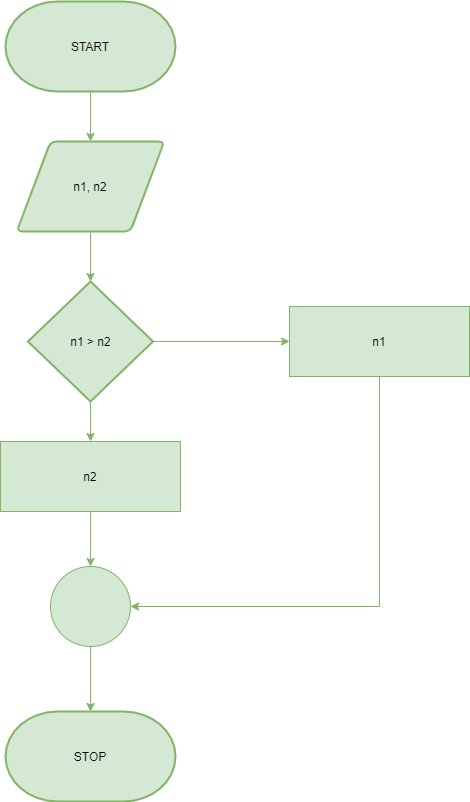
This is Untitled Diagram.png from sctnightcore/draw_io_for_me, a draw.io export, as it was before one commit. Source tidied: cells renumbered, new cells last; positions are measured from the earlier drawing's top-left corner, leaving out a move shared by most shapes. The source it was exported from:
```xml
<mxGraphModel>
  <root>
    <mxCell id="0" />
    <mxCell id="1" parent="0" />
    <mxCell id="2" style="edgeStyle=orthogonalEdgeStyle;rounded=0;jettySize=auto;html=1;exitX=0.5;exitY=1;exitDx=0;exitDy=0;exitPerimeter=0;entryX=0.5;entryY=0;entryDx=0;entryDy=0;fillColor=#d5e8d4;strokeColor=#82b366;" parent="1" edge="1" source="3" target="6">
      <mxGeometry relative="1" as="geometry" />
    </mxCell>
    <mxCell id="3" value="START" style="strokeWidth=2;html=1;shape=mxgraph.flowchart.terminator;whiteSpace=wrap;fillColor=#d5e8d4;strokeColor=#82b366;" parent="1" vertex="1">
      <mxGeometry x="5" width="170" height="90" as="geometry" />
    </mxCell>
    <mxCell id="4" value="STOP" style="strokeWidth=2;html=1;shape=mxgraph.flowchart.terminator;whiteSpace=wrap;fillColor=#d5e8d4;strokeColor=#82b366;" parent="1" vertex="1">
      <mxGeometry x="5" y="710" width="170" height="90" as="geometry" />
    </mxCell>
    <mxCell id="5" style="edgeStyle=orthogonalEdgeStyle;rounded=0;jettySize=auto;html=1;exitX=0.5;exitY=1;exitDx=0;exitDy=0;entryX=0.5;entryY=0;entryDx=0;entryDy=0;entryPerimeter=0;fillColor=#d5e8d4;strokeColor=#82b366;" parent="1" edge="1" source="6" target="9">
      <mxGeometry relative="1" as="geometry" />
    </mxCell>
    <mxCell id="6" value="n1, n2" style="shape=parallelogram;html=1;strokeWidth=2;perimeter=parallelogramPerimeter;whiteSpace=wrap;rounded=1;arcSize=12;size=0.23;fillColor=#d5e8d4;strokeColor=#82b366;" parent="1" vertex="1">
      <mxGeometry x="16.2" y="140" width="147.5" height="90" as="geometry" />
    </mxCell>
    <mxCell id="7" style="edgeStyle=orthogonalEdgeStyle;rounded=0;jettySize=auto;html=1;exitX=1;exitY=0.5;exitDx=0;exitDy=0;exitPerimeter=0;entryX=0;entryY=0.5;entryDx=0;entryDy=0;fillColor=#d5e8d4;strokeColor=#82b366;" parent="1" edge="1" source="9" target="11">
      <mxGeometry relative="1" as="geometry" />
    </mxCell>
    <mxCell id="8" style="edgeStyle=orthogonalEdgeStyle;rounded=0;jettySize=auto;html=1;exitX=0.5;exitY=1;exitDx=0;exitDy=0;exitPerimeter=0;entryX=0.5;entryY=0;entryDx=0;entryDy=0;fillColor=#d5e8d4;strokeColor=#82b366;" parent="1" edge="1" source="9" target="13">
      <mxGeometry relative="1" as="geometry" />
    </mxCell>
    <mxCell id="9" value="n1 &amp;gt; n2" style="strokeWidth=2;html=1;shape=mxgraph.flowchart.decision;whiteSpace=wrap;fillColor=#d5e8d4;strokeColor=#82b366;" parent="1" vertex="1">
      <mxGeometry x="27.5" y="280" width="125" height="120" as="geometry" />
    </mxCell>
    <mxCell id="10" style="edgeStyle=orthogonalEdgeStyle;rounded=0;jettySize=auto;html=1;exitX=0.5;exitY=1;exitDx=0;exitDy=0;entryX=1;entryY=0.5;entryDx=0;entryDy=0;fillColor=#d5e8d4;strokeColor=#82b366;" parent="1" edge="1" source="11" target="15">
      <mxGeometry relative="1" as="geometry" />
    </mxCell>
    <mxCell id="11" value="n1" style="rounded=0;whiteSpace=wrap;html=1;fillColor=#d5e8d4;strokeColor=#82b366;" parent="1" vertex="1">
      <mxGeometry x="289" y="305" width="180" height="70" as="geometry" />
    </mxCell>
    <mxCell id="12" style="edgeStyle=orthogonalEdgeStyle;rounded=0;jettySize=auto;html=1;exitX=0.5;exitY=1;exitDx=0;exitDy=0;entryX=0.5;entryY=0;entryDx=0;entryDy=0;fillColor=#d5e8d4;strokeColor=#82b366;" parent="1" edge="1" source="13" target="15">
      <mxGeometry relative="1" as="geometry" />
    </mxCell>
    <mxCell id="13" value="n2" style="rounded=0;whiteSpace=wrap;html=1;fillColor=#d5e8d4;strokeColor=#82b366;" parent="1" vertex="1">
      <mxGeometry y="440" width="180" height="70" as="geometry" />
    </mxCell>
    <mxCell id="14" style="edgeStyle=orthogonalEdgeStyle;rounded=0;jettySize=auto;html=1;exitX=0.5;exitY=1;exitDx=0;exitDy=0;fillColor=#d5e8d4;strokeColor=#82b366;" parent="1" edge="1" source="15" target="4">
      <mxGeometry relative="1" as="geometry" />
    </mxCell>
    <mxCell id="15" style="ellipse;whiteSpace=wrap;html=1;fillColor=#d5e8d4;strokeColor=#82b366;" parent="1" vertex="1">
      <mxGeometry x="50" y="565" width="80" height="80" as="geometry" />
    </mxCell>
  </root>
</mxGraphModel>
```
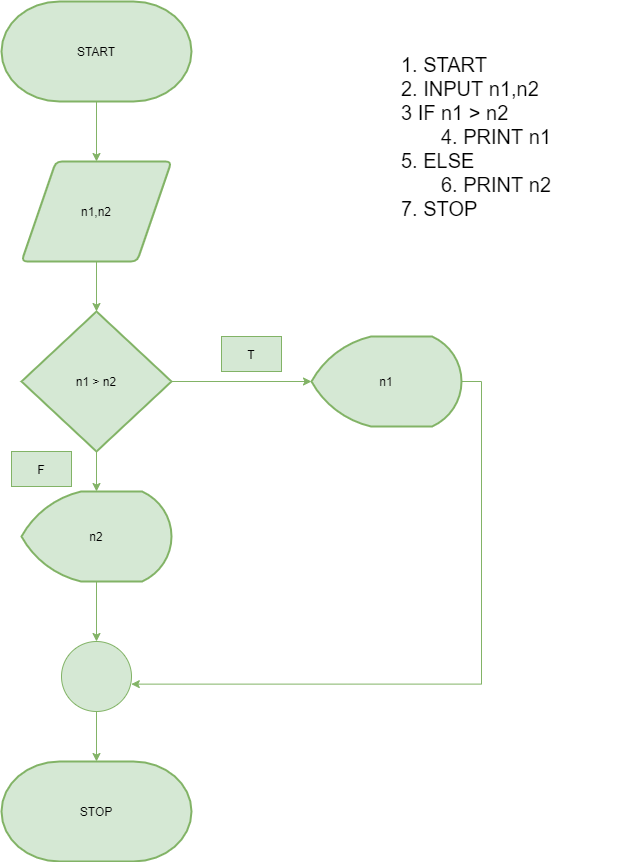
After the commit.

The edit, as a diff of the source:
```diff
@@ -2,47 +2,56 @@
   <root>
     <mxCell id="0" />
     <mxCell id="1" parent="0" />
-    <mxCell id="2" style="edgeStyle=orthogonalEdgeStyle;rounded=0;jettySize=auto;html=1;exitX=0.5;exitY=1;exitDx=0;exitDy=0;exitPerimeter=0;entryX=0.5;entryY=0;entryDx=0;entryDy=0;fillColor=#d5e8d4;strokeColor=#82b366;" parent="1" edge="1" source="3" target="6">
-      <mxGeometry relative="1" as="geometry" />
-    </mxCell>
+    <mxCell id="16" style="edgeStyle=orthogonalEdgeStyle;rounded=0;jettySize=auto;html=1;exitX=0.5;exitY=1;exitDx=0;exitDy=0;exitPerimeter=0;entryX=0.5;entryY=0;entryDx=0;entryDy=0;fillColor=#d5e8d4;strokeColor=#82b366;" parent="1" edge="1" source="3" target="18">
+      <mxGeometry relative="1" as="geometry" />
+    </mxCell>
     <mxCell id="3" value="START" style="strokeWidth=2;html=1;shape=mxgraph.flowchart.terminator;whiteSpace=wrap;fillColor=#d5e8d4;strokeColor=#82b366;" parent="1" vertex="1">
-      <mxGeometry x="5" width="170" height="90" as="geometry" />
+      <mxGeometry x="-135" y="-10" width="190" height="100" as="geometry" />
     </mxCell>
     <mxCell id="4" value="STOP" style="strokeWidth=2;html=1;shape=mxgraph.flowchart.terminator;whiteSpace=wrap;fillColor=#d5e8d4;strokeColor=#82b366;" parent="1" vertex="1">
-      <mxGeometry x="5" y="710" width="170" height="90" as="geometry" />
+      <mxGeometry x="-135" y="750" width="190" height="100" as="geometry" />
     </mxCell>
-    <mxCell id="5" style="edgeStyle=orthogonalEdgeStyle;rounded=0;jettySize=auto;html=1;exitX=0.5;exitY=1;exitDx=0;exitDy=0;entryX=0.5;entryY=0;entryDx=0;entryDy=0;entryPerimeter=0;fillColor=#d5e8d4;strokeColor=#82b366;" parent="1" edge="1" source="6" target="9">
-      <mxGeometry relative="1" as="geometry" />
-    </mxCell>
-    <mxCell id="6" value="n1, n2" style="shape=parallelogram;html=1;strokeWidth=2;perimeter=parallelogramPerimeter;whiteSpace=wrap;rounded=1;arcSize=12;size=0.23;fillColor=#d5e8d4;strokeColor=#82b366;" parent="1" vertex="1">
-      <mxGeometry x="16.2" y="140" width="147.5" height="90" as="geometry" />
-    </mxCell>
-    <mxCell id="7" style="edgeStyle=orthogonalEdgeStyle;rounded=0;jettySize=auto;html=1;exitX=1;exitY=0.5;exitDx=0;exitDy=0;exitPerimeter=0;entryX=0;entryY=0.5;entryDx=0;entryDy=0;fillColor=#d5e8d4;strokeColor=#82b366;" parent="1" edge="1" source="9" target="11">
-      <mxGeometry relative="1" as="geometry" />
-    </mxCell>
+    <mxCell id="17" style="edgeStyle=orthogonalEdgeStyle;rounded=0;jettySize=auto;html=1;exitX=0.5;exitY=1;exitDx=0;exitDy=0;entryX=0.5;entryY=0;entryDx=0;entryDy=0;entryPerimeter=0;fillColor=#d5e8d4;strokeColor=#82b366;" parent="1" edge="1" source="18" target="9">
+      <mxGeometry relative="1" as="geometry" />
+    </mxCell>
+    <mxCell id="18" value="n1,n2" style="shape=parallelogram;html=1;strokeWidth=2;perimeter=parallelogramPerimeter;whiteSpace=wrap;rounded=1;arcSize=12;size=0.23;fillColor=#d5e8d4;strokeColor=#82b366;" parent="1" vertex="1">
+      <mxGeometry x="-115" y="150" width="150" height="100" as="geometry" />
+    </mxCell>
-    <mxCell id="8" style="edgeStyle=orthogonalEdgeStyle;rounded=0;jettySize=auto;html=1;exitX=0.5;exitY=1;exitDx=0;exitDy=0;exitPerimeter=0;entryX=0.5;entryY=0;entryDx=0;entryDy=0;fillColor=#d5e8d4;strokeColor=#82b366;" parent="1" edge="1" source="9" target="13">
+    <mxCell id="8" style="edgeStyle=orthogonalEdgeStyle;rounded=0;jettySize=auto;html=1;exitX=0.5;exitY=1;exitDx=0;exitDy=0;exitPerimeter=0;entryX=0.5;entryY=0;entryDx=0;entryDy=0;entryPerimeter=0;fillColor=#d5e8d4;strokeColor=#82b366;" parent="1" edge="1" source="9" target="13">
       <mxGeometry relative="1" as="geometry" />
     </mxCell>
+    <mxCell id="19" style="edgeStyle=orthogonalEdgeStyle;rounded=0;jettySize=auto;html=1;exitX=1;exitY=0.5;exitDx=0;exitDy=0;exitPerimeter=0;entryX=0;entryY=0.5;entryDx=0;entryDy=0;entryPerimeter=0;fillColor=#d5e8d4;strokeColor=#82b366;" parent="1" edge="1" source="9" target="21">
+      <mxGeometry relative="1" as="geometry" />
+    </mxCell>
     <mxCell id="9" value="n1 &amp;gt; n2" style="strokeWidth=2;html=1;shape=mxgraph.flowchart.decision;whiteSpace=wrap;fillColor=#d5e8d4;strokeColor=#82b366;" parent="1" vertex="1">
-      <mxGeometry x="27.5" y="280" width="125" height="120" as="geometry" />
+      <mxGeometry x="-115" y="300" width="150" height="140" as="geometry" />
     </mxCell>
-    <mxCell id="10" style="edgeStyle=orthogonalEdgeStyle;rounded=0;jettySize=auto;html=1;exitX=0.5;exitY=1;exitDx=0;exitDy=0;entryX=1;entryY=0.5;entryDx=0;entryDy=0;fillColor=#d5e8d4;strokeColor=#82b366;" parent="1" edge="1" source="11" target="15">
-      <mxGeometry relative="1" as="geometry" />
-    </mxCell>
-    <mxCell id="11" value="n1" style="rounded=0;whiteSpace=wrap;html=1;fillColor=#d5e8d4;strokeColor=#82b366;" parent="1" vertex="1">
-      <mxGeometry x="289" y="305" width="180" height="70" as="geometry" />
-    </mxCell>
-    <mxCell id="12" style="edgeStyle=orthogonalEdgeStyle;rounded=0;jettySize=auto;html=1;exitX=0.5;exitY=1;exitDx=0;exitDy=0;entryX=0.5;entryY=0;entryDx=0;entryDy=0;fillColor=#d5e8d4;strokeColor=#82b366;" parent="1" edge="1" source="13" target="15">
-      <mxGeometry relative="1" as="geometry" />
-    </mxCell>
+    <mxCell id="20" style="edgeStyle=orthogonalEdgeStyle;rounded=0;jettySize=auto;html=1;exitX=1;exitY=0.5;exitDx=0;exitDy=0;exitPerimeter=0;entryX=0.997;entryY=0.609;entryDx=0;entryDy=0;entryPerimeter=0;fillColor=#d5e8d4;strokeColor=#82b366;" parent="1" edge="1" source="21" target="23">
+      <mxGeometry relative="1" as="geometry" />
+    </mxCell>
+    <mxCell id="21" value="n1&lt;span style=&quot;color: rgba(0 , 0 , 0 , 0) ; font-family: monospace ; font-size: 0px&quot;&gt;%3CmxGraphModel%3E%3Croot%3E%3CmxCell%20id%3D%220%22%2F%3E%3CmxCell%20id%3D%221%22%20parent%3D%220%22%2F%3E%3CmxCell%20id%3D%222%22%20value%3D%22n1%20%26amp%3Bgt%3B%20n2%22%20style%3D%22strokeWidth%3D2%3Bhtml%3D1%3Bshape%3Dmxgraph.flowchart.decision%3BwhiteSpace%3Dwrap%3B%22%20vertex%3D%221%22%20parent%3D%221%22%3E%3CmxGeometry%20x%3D%2210%22%20y%3D%22320%22%20width%3D%22150%22%20height%3D%22140%22%20as%3D%22geometry%22%2F%3E%3C%2FmxCell%3E%3C%2Froot%3E%3C%2FmxGraphModel%3E&lt;/span&gt;" style="strokeWidth=2;html=1;shape=mxgraph.flowchart.display;whiteSpace=wrap;fillColor=#d5e8d4;strokeColor=#82b366;" parent="1" vertex="1">
+      <mxGeometry x="175" y="325" width="150" height="90" as="geometry" />
+    </mxCell>
+    <mxCell id="22" style="edgeStyle=orthogonalEdgeStyle;rounded=0;jettySize=auto;html=1;exitX=0.5;exitY=1;exitDx=0;exitDy=0;exitPerimeter=0;entryX=0.5;entryY=0;entryDx=0;entryDy=0;entryPerimeter=0;fillColor=#d5e8d4;strokeColor=#82b366;" parent="1" edge="1" source="23" target="4">
+      <mxGeometry relative="1" as="geometry" />
+    </mxCell>
+    <mxCell id="23" style="verticalLabelPosition=bottom;verticalAlign=top;html=1;shape=mxgraph.flowchart.on-page_reference;fillColor=#d5e8d4;strokeColor=#82b366;" parent="1" vertex="1">
+      <mxGeometry x="-75" y="630" width="70" height="70" as="geometry" />
+    </mxCell>
+    <mxCell id="24" style="edgeStyle=orthogonalEdgeStyle;rounded=0;jettySize=auto;html=1;exitX=0.5;exitY=1;exitDx=0;exitDy=0;exitPerimeter=0;entryX=0.5;entryY=0;entryDx=0;entryDy=0;entryPerimeter=0;fillColor=#d5e8d4;strokeColor=#82b366;" parent="1" edge="1" source="13" target="23">
+      <mxGeometry relative="1" as="geometry" />
+    </mxCell>
-    <mxCell id="13" value="n2" style="rounded=0;whiteSpace=wrap;html=1;fillColor=#d5e8d4;strokeColor=#82b366;" parent="1" vertex="1">
-      <mxGeometry y="440" width="180" height="70" as="geometry" />
+    <mxCell id="13" value="n2" style="strokeWidth=2;html=1;shape=mxgraph.flowchart.display;whiteSpace=wrap;fillColor=#d5e8d4;strokeColor=#82b366;" parent="1" vertex="1">
+      <mxGeometry x="-115" y="480" width="150" height="90" as="geometry" />
     </mxCell>
-    <mxCell id="14" style="edgeStyle=orthogonalEdgeStyle;rounded=0;jettySize=auto;html=1;exitX=0.5;exitY=1;exitDx=0;exitDy=0;fillColor=#d5e8d4;strokeColor=#82b366;" parent="1" edge="1" source="15" target="4">
-      <mxGeometry relative="1" as="geometry" />
-    </mxCell>
-    <mxCell id="15" style="ellipse;whiteSpace=wrap;html=1;fillColor=#d5e8d4;strokeColor=#82b366;" parent="1" vertex="1">
-      <mxGeometry x="50" y="565" width="80" height="80" as="geometry" />
-    </mxCell>
+    <mxCell id="25" value="T" style="text;html=1;strokeColor=#82b366;fillColor=#d5e8d4;align=center;verticalAlign=middle;whiteSpace=wrap;rounded=0;" parent="1" vertex="1">
+      <mxGeometry x="85" y="325" width="60" height="35" as="geometry" />
+    </mxCell>
+    <mxCell id="26" value="F" style="text;html=1;strokeColor=#82b366;fillColor=#d5e8d4;align=center;verticalAlign=middle;whiteSpace=wrap;rounded=0;" parent="1" vertex="1">
+      <mxGeometry x="-125" y="440" width="60" height="35" as="geometry" />
+    </mxCell>
+    <mxCell id="27" value="&lt;div style=&quot;text-align: left ; font-size: 20px&quot;&gt;&lt;font style=&quot;font-size: 20px&quot;&gt;1. START&lt;/font&gt;&lt;/div&gt;&lt;div style=&quot;text-align: left ; font-size: 20px&quot;&gt;&lt;span&gt;&lt;font style=&quot;font-size: 20px&quot;&gt;2. INPUT n1,n2&lt;/font&gt;&lt;/span&gt;&lt;/div&gt;&lt;div style=&quot;text-align: left ; font-size: 20px&quot;&gt;&lt;span&gt;&lt;font style=&quot;font-size: 20px&quot;&gt;3 IF n1 &amp;gt; n2&lt;/font&gt;&lt;/span&gt;&lt;/div&gt;&lt;blockquote style=&quot;margin: 0px 0px 0px 40px ; border: none ; padding: 0px ; font-size: 20px&quot;&gt;&lt;div style=&quot;text-align: left&quot;&gt;&lt;span&gt;&lt;font style=&quot;font-size: 20px&quot;&gt;4. PRINT n1&lt;/font&gt;&lt;/span&gt;&lt;/div&gt;&lt;/blockquote&gt;&lt;div style=&quot;text-align: left ; font-size: 20px&quot;&gt;&lt;span&gt;&lt;font style=&quot;font-size: 20px&quot;&gt;5. ELSE&lt;/font&gt;&lt;/span&gt;&lt;/div&gt;&lt;blockquote style=&quot;margin: 0px 0px 0px 40px ; border: none ; padding: 0px ; font-size: 20px&quot;&gt;&lt;div style=&quot;text-align: left&quot;&gt;&lt;span&gt;&lt;font style=&quot;font-size: 20px&quot;&gt;6. PRINT n2&lt;/font&gt;&lt;/span&gt;&lt;/div&gt;&lt;/blockquote&gt;&lt;div style=&quot;text-align: left ; font-size: 20px&quot;&gt;&lt;font style=&quot;font-size: 20px&quot;&gt;7. STOP&lt;/font&gt;&lt;/div&gt;" style="text;html=1;strokeColor=none;fillColor=none;align=center;verticalAlign=middle;whiteSpace=wrap;rounded=0;" parent="1" vertex="1">
+      <mxGeometry x="175" width="330" height="250" as="geometry" />
+    </mxCell>
   </root>
 </mxGraphModel>
```
